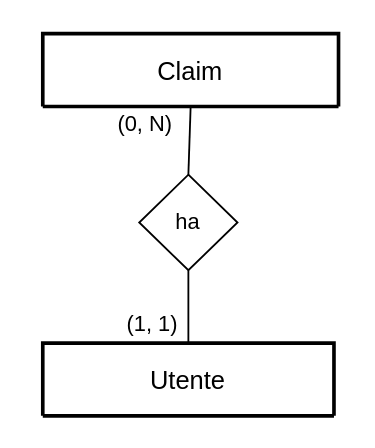
Above: doc/utente_claim.drawio in EndriDomiUni/E-commerce (draw.io), before the change. Source tidied: cells renumbered, new cells numbered last; positions are measured from the earlier drawing's top-left corner, leaving out a move shared by most shapes. Both pictures are drawn from the tidied source at 182%, with x=0, y=0 at pixel (42, 33).
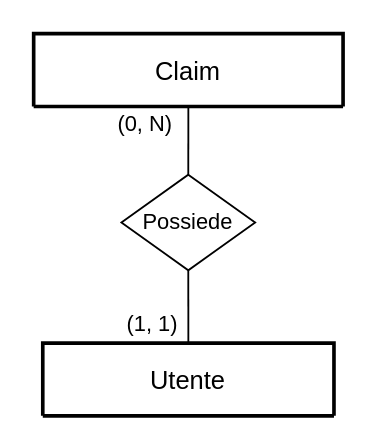
The same page after the edit.

What changed in the source:
```diff
@@
 <mxGraphModel>
   <root>
     <mxCell id="0" />
     <mxCell id="1" parent="0" />
     <mxCell id="2" value="Utente" style="swimlane;horizontal=1;startSize=130;rounded=1;fontSize=14;fontStyle=0;strokeWidth=2;shadow=0;dashed=0;align=center;" parent="1" vertex="1">
       <mxGeometry y="170" width="160" height="40" as="geometry" />
     </mxCell>
     <mxCell id="3" style="edgeStyle=none;html=1;exitX=0.5;exitY=1;exitDx=0;exitDy=0;entryX=0.5;entryY=0;entryDx=0;entryDy=0;endArrow=none;endFill=0;" parent="1" edge="1" source="4" target="2">
       <mxGeometry relative="1" as="geometry" />
     </mxCell>
-    <mxCell id="4" value="ha" style="shape=rhombus;perimeter=rhombusPerimeter;whiteSpace=wrap;html=1;align=center;" parent="1" vertex="1">
-      <mxGeometry x="53" y="77.5" width="54" height="52.5" as="geometry" />
+    <mxCell id="4" value="Possiede" style="shape=rhombus;perimeter=rhombusPerimeter;whiteSpace=wrap;html=1;align=center;" parent="1" vertex="1">
+      <mxGeometry x="43.2" y="77.5" width="73.5" height="52.5" as="geometry" />
     </mxCell>
     <mxCell id="5" style="edgeStyle=none;html=1;exitX=0.5;exitY=0;exitDx=0;exitDy=0;entryX=0.5;entryY=1;entryDx=0;entryDy=0;endArrow=none;endFill=0;" parent="1" edge="1" source="4" target="8">
       <mxGeometry relative="1" as="geometry" />
     </mxCell>
     <mxCell id="6" value="(1, 1)" style="text;html=1;align=center;verticalAlign=middle;strokeColor=none;fillColor=none;" parent="1" vertex="1">
       <mxGeometry x="40" y="150" width="40" height="20" as="geometry" />
     </mxCell>
     <mxCell id="7" value="(0, N)" style="text;html=1;align=center;verticalAlign=middle;strokeColor=none;fillColor=none;" parent="1" vertex="1">
       <mxGeometry x="31" y="40" width="50" height="20" as="geometry" />
     </mxCell>
     <mxCell id="8" value="Claim" style="swimlane;horizontal=1;startSize=80;rounded=1;fontSize=14;fontStyle=0;strokeWidth=2;shadow=0;dashed=0;align=center;" parent="1" vertex="1">
-      <mxGeometry width="162.5" height="40" as="geometry" />
+      <mxGeometry x="-5" width="170" height="40" as="geometry" />
     </mxCell>
   </root>
 </mxGraphModel>
```
